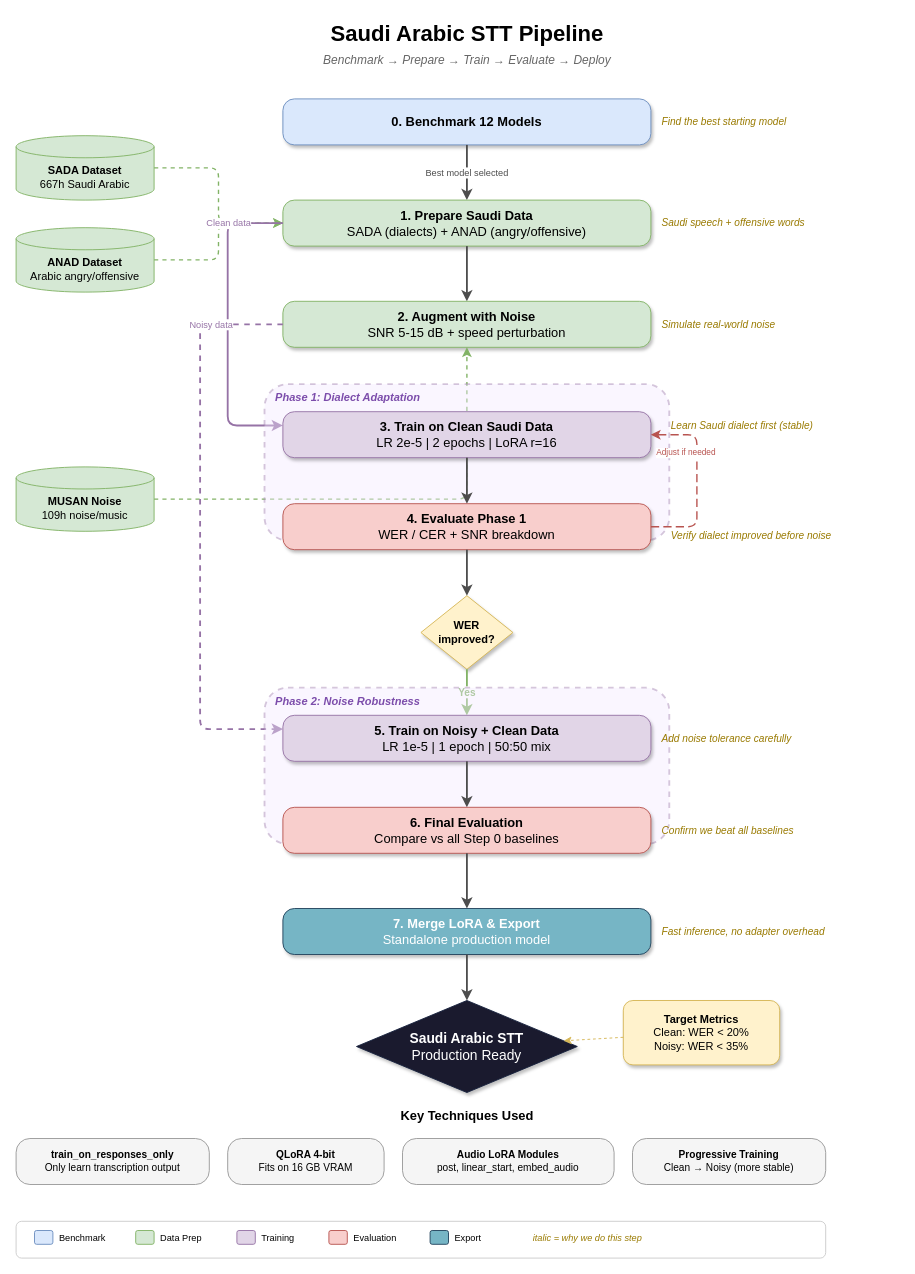
Above: page "Pipeline Overview" (1 of 2) of docs/STT_Pipeline_Diagram.drawio in RaneemAlthaqafi/STT_Saudi (draw.io), before the change. Source tidied: cells renumbered, new cells numbered last; positions are measured from the earlier drawing's top-left corner, leaving out a move shared by most shapes. Both pictures are drawn from the tidied source at 92%, with x=0, y=0 at pixel (16, 16).
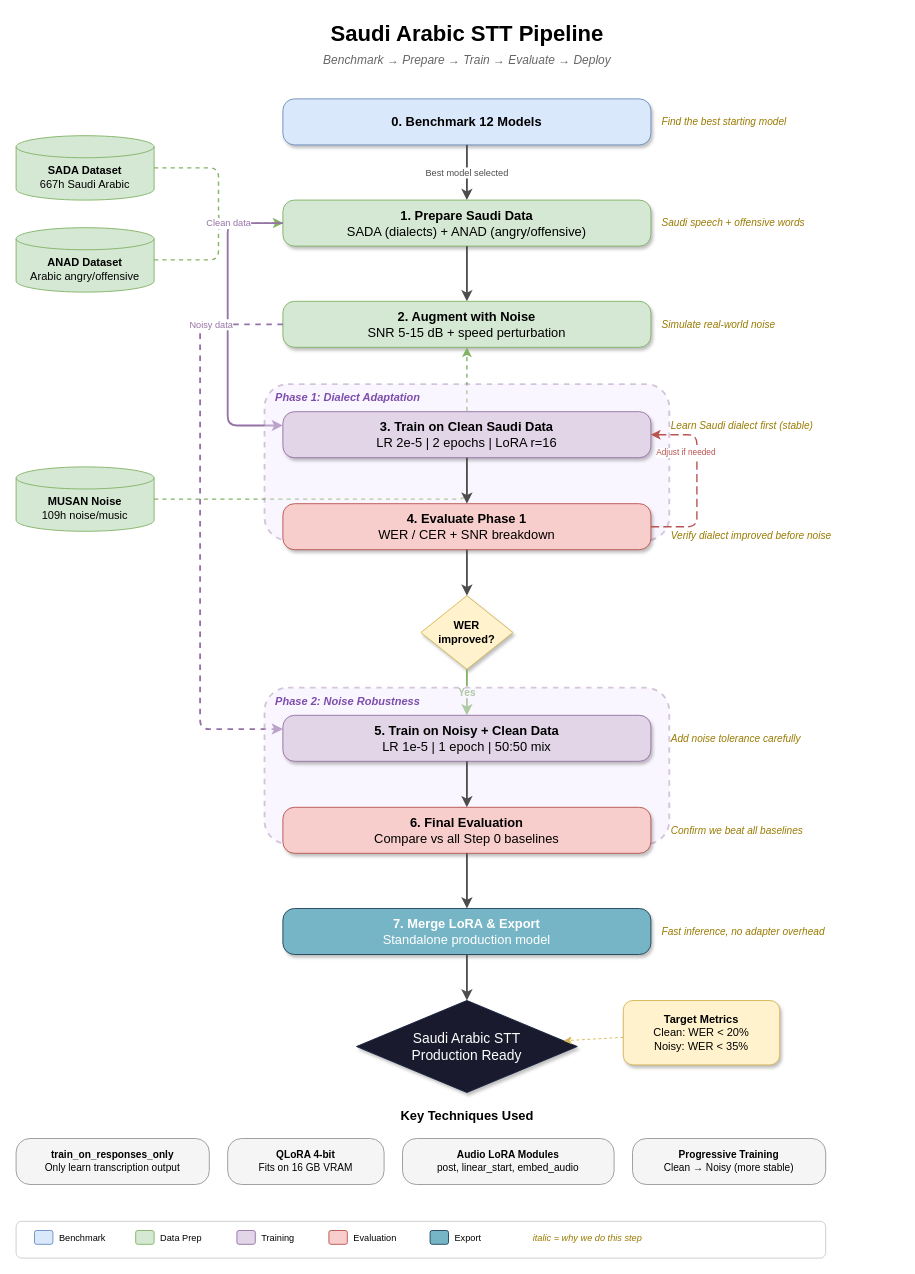
The same page after the edit.

Diff of the diagram source:
```diff
@@
     <mxCell id="34" value="Add noise tolerance carefully" style="text;html=1;align=left;verticalAlign=middle;fontSize=11;fontStyle=2;fontColor=#997a00;strokeColor=none;fillColor=none;" parent="1" vertex="1">
-      <mxGeometry x="700" y="770" width="230" height="30" as="geometry" />
+      <mxGeometry x="710" y="770" width="230" height="30" as="geometry" />
     </mxCell>
@@
     <mxCell id="37" value="Confirm we beat all baselines" style="text;html=1;align=left;verticalAlign=middle;fontSize=11;fontStyle=2;fontColor=#997a00;strokeColor=none;fillColor=none;" parent="1" vertex="1">
-      <mxGeometry x="700" y="870" width="230" height="30" as="geometry" />
+      <mxGeometry x="710" y="870" width="230" height="30" as="geometry" />
     </mxCell>
@@
-    <mxCell id="42" value="&lt;b&gt;Saudi Arabic STT&lt;/b&gt;&lt;br&gt;Production Ready" style="shape=hexagon;perimeter=hexagonPerimeter2;whiteSpace=wrap;html=1;fillColor=#1a1a2e;strokeColor=#16213e;fontSize=15;fontColor=#ffffff;shadow=1;size=0.5;" parent="1" vertex="1">
+    <mxCell id="42" value="Saudi Arabic STT&lt;br&gt;Production Ready" style="shape=hexagon;perimeter=hexagonPerimeter2;whiteSpace=wrap;html=1;fillColor=#1a1a2e;strokeColor=#16213e;fontSize=15;fontColor=#ffffff;shadow=1;size=0.5;" parent="1" vertex="1">
       <mxGeometry x="370" y="1070" width="240" height="100" as="geometry" />
     </mxCell>
```
